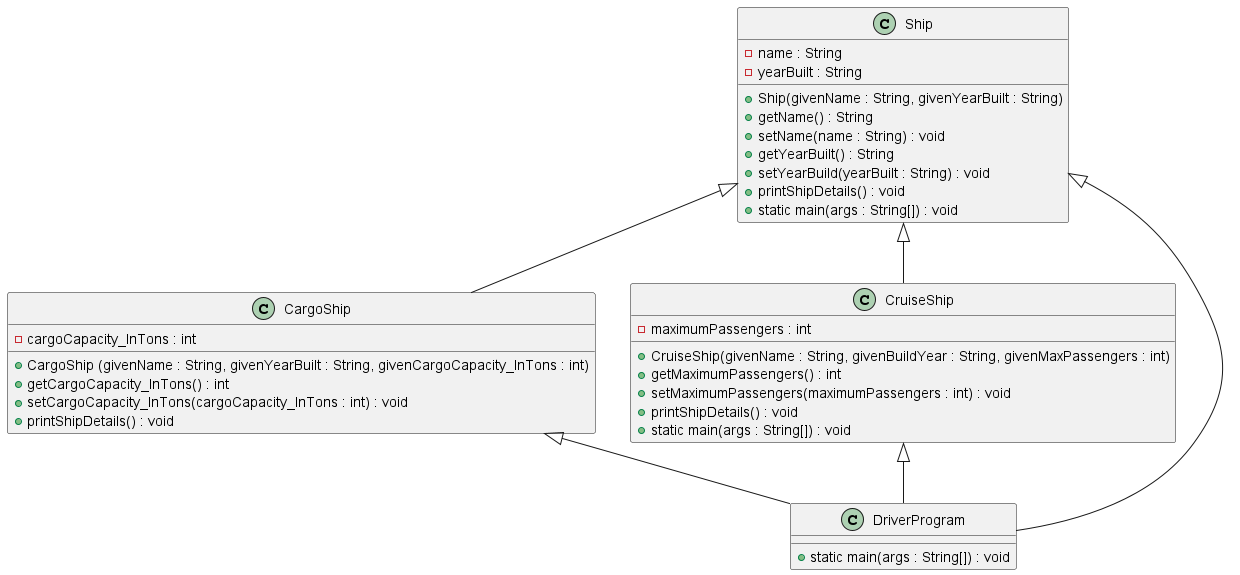
LoloMarty/2024- keeps this PlantUML diagram as CS4800/UML_Diagrams/ClassDiagrams/Polymorphism.png. Above is the earlier version. Source of this version:
```plantuml
@startuml

class Ship
{
    - name : String
    - yearBuilt : String

    + Ship(givenName : String, givenYearBuilt : String)
    + getName() : String
    + setName(name : String) : void
    + getYearBuilt() : String
    + setYearBuild(yearBuilt : String) : void
    + printShipDetails() : void
    + static main(args : String[]) : void
}


class CargoShip
{
    - cargoCapacity_InTons : int
    + CargoShip (givenName : String, givenYearBuilt : String, givenCargoCapacity_InTons : int)
    + getCargoCapacity_InTons() : int
    + setCargoCapacity_InTons(cargoCapacity_InTons : int) : void
    + printShipDetails() : void
}

class CruiseShip
{
    - maximumPassengers : int
    + CruiseShip(givenName : String, givenBuildYear : String, givenMaxPassengers : int)
    + getMaximumPassengers() : int
    + setMaximumPassengers(maximumPassengers : int) : void
    + printShipDetails() : void
    + static main(args : String[]) : void
}

class DriverProgram
{
    + static main(args : String[]) : void
}


Ship <|-- CargoShip
Ship <|-- CruiseShip
CargoShip <|-- DriverProgram
CruiseShip <|-- DriverProgram
Ship <|-- DriverProgram



@enduml
```
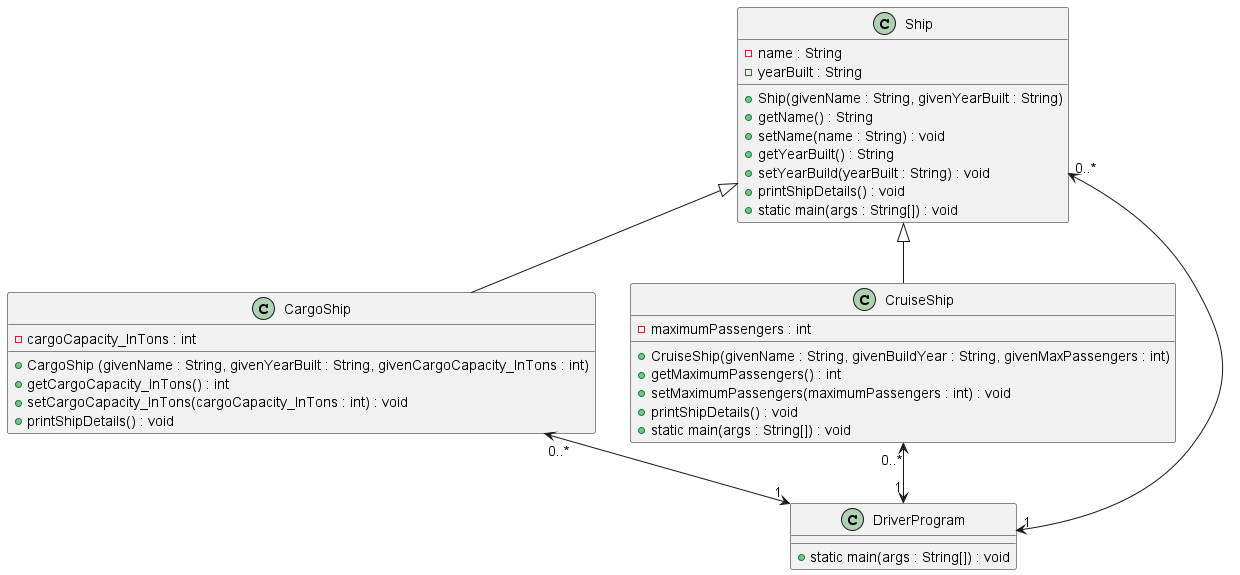
Later version of the same file.

What changed in the source:
```diff
@@ -18,6 +18,7 @@
 class CargoShip
 {
     - cargoCapacity_InTons : int
+
     + CargoShip (givenName : String, givenYearBuilt : String, givenCargoCapacity_InTons : int)
     + getCargoCapacity_InTons() : int
     + setCargoCapacity_InTons(cargoCapacity_InTons : int) : void
@@ -27,6 +28,7 @@
 class CruiseShip
 {
     - maximumPassengers : int
+
     + CruiseShip(givenName : String, givenBuildYear : String, givenMaxPassengers : int)
     + getMaximumPassengers() : int
     + setMaximumPassengers(maximumPassengers : int) : void
@@ -42,9 +44,10 @@
 
 Ship <|-- CargoShip
 Ship <|-- CruiseShip
-CargoShip <|-- DriverProgram
-CruiseShip <|-- DriverProgram
-Ship <|-- DriverProgram
+
+CargoShip "0..*" <--> "1" DriverProgram
+CruiseShip "0..*" <--> "1" DriverProgram
+Ship "0..*" <--> "1" DriverProgram
 
 
 
```
